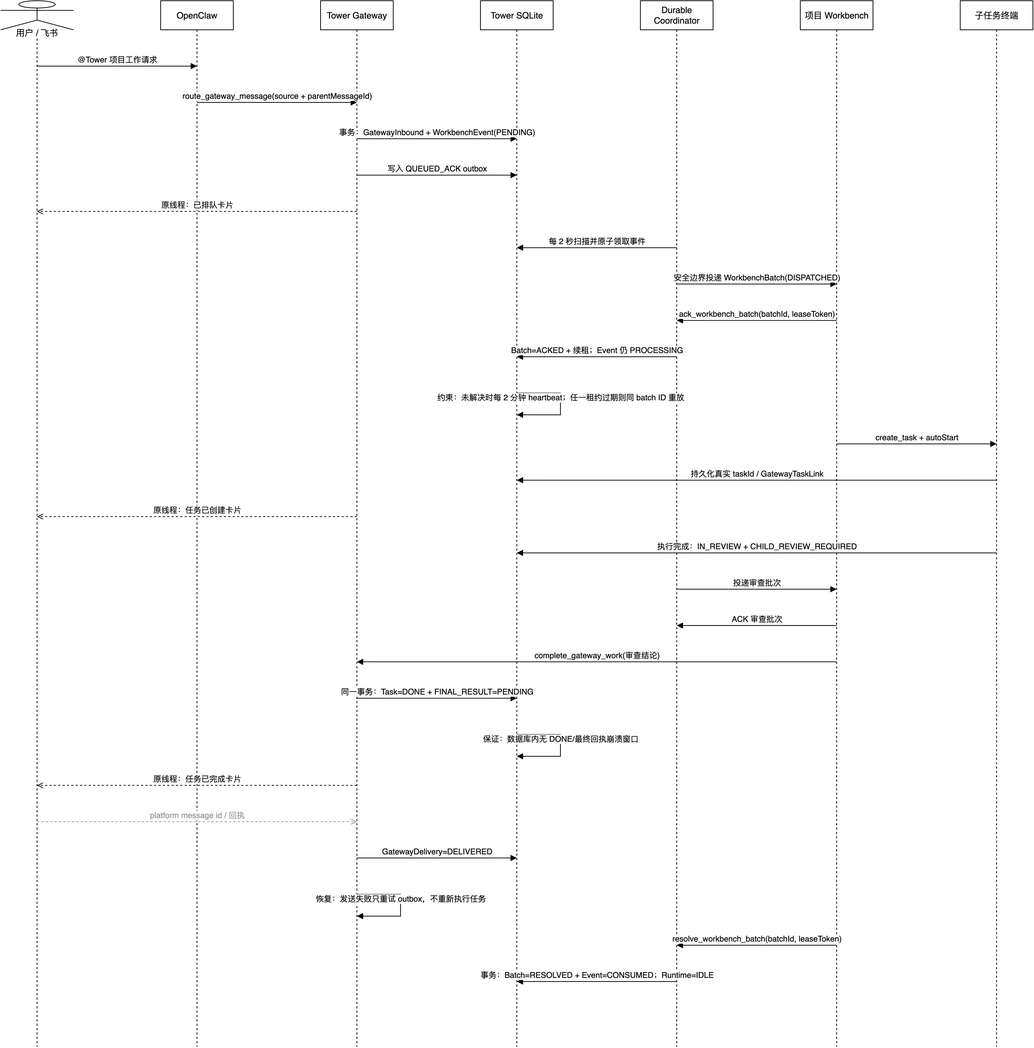
Above: docs/diagrams/workbench-gateway-sequence.drawio.png in jp-liu/tower (draw.io), before the change. Source tidied: cells renumbered, new cells last; positions are measured from the earlier drawing's top-left corner, leaving out a move shared by most shapes.
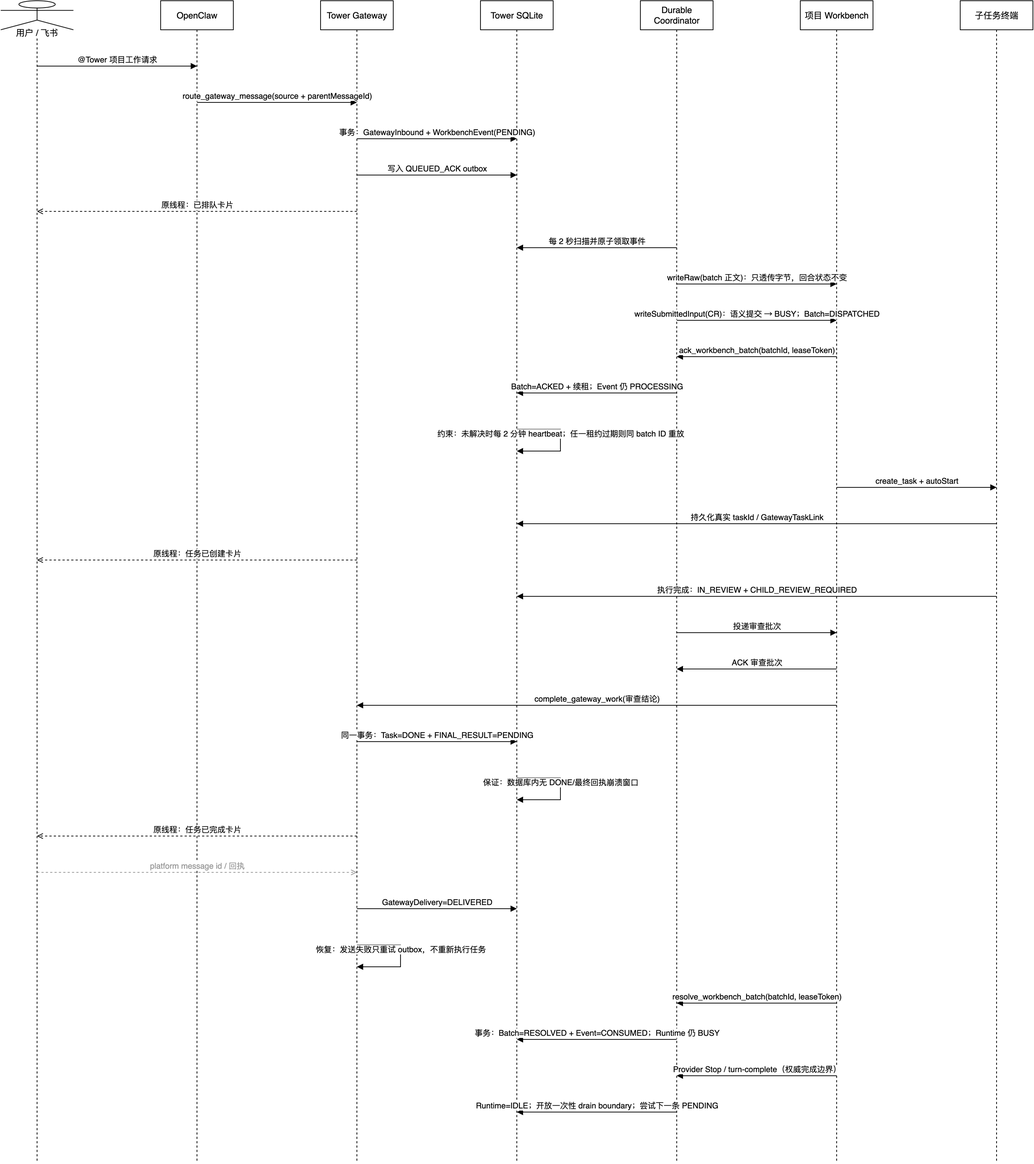
Above is the later version.

Change to the diagram source:
```diff
@@ -3,115 +3,124 @@
     <mxCell id="0" />
     <mxCell id="1" parent="0" />
     <mxCell id="2" value="用户 / 飞书" style="shape=umlLifeline;perimeter=lifelinePerimeter;whiteSpace=wrap;html=1;outlineConnect=0;portConstraint=eastwest;size=40;participant=umlActor;verticalAlign=bottom;spacingBottom=-14;labelBackgroundColor=#ffffff;" parent="1" vertex="1">
-      <mxGeometry width="100" height="1440" as="geometry" />
+      <mxGeometry width="100" height="1600" as="geometry" />
     </mxCell>
     <mxCell id="3" value="OpenClaw" style="shape=umlLifeline;perimeter=lifelinePerimeter;whiteSpace=wrap;html=1;outlineConnect=0;portConstraint=eastwest;size=40;" parent="1" vertex="1">
-      <mxGeometry x="220" width="100" height="1440" as="geometry" />
+      <mxGeometry x="220" width="100" height="1600" as="geometry" />
     </mxCell>
     <mxCell id="4" value="Tower Gateway" style="shape=umlLifeline;perimeter=lifelinePerimeter;whiteSpace=wrap;html=1;outlineConnect=0;portConstraint=eastwest;size=40;" parent="1" vertex="1">
-      <mxGeometry x="440" width="100" height="1440" as="geometry" />
+      <mxGeometry x="440" width="100" height="1600" as="geometry" />
     </mxCell>
     <mxCell id="5" value="Tower SQLite" style="shape=umlLifeline;perimeter=lifelinePerimeter;whiteSpace=wrap;html=1;outlineConnect=0;portConstraint=eastwest;size=40;" parent="1" vertex="1">
-      <mxGeometry x="660" width="100" height="1440" as="geometry" />
+      <mxGeometry x="660" width="100" height="1600" as="geometry" />
     </mxCell>
     <mxCell id="6" value="Durable Coordinator" style="shape=umlLifeline;perimeter=lifelinePerimeter;whiteSpace=wrap;html=1;outlineConnect=0;portConstraint=eastwest;size=40;" parent="1" vertex="1">
-      <mxGeometry x="880" width="100" height="1440" as="geometry" />
+      <mxGeometry x="880" width="100" height="1600" as="geometry" />
     </mxCell>
     <mxCell id="7" value="项目 Workbench" style="shape=umlLifeline;perimeter=lifelinePerimeter;whiteSpace=wrap;html=1;outlineConnect=0;portConstraint=eastwest;size=40;" parent="1" vertex="1">
-      <mxGeometry x="1100" width="100" height="1440" as="geometry" />
+      <mxGeometry x="1100" width="100" height="1600" as="geometry" />
     </mxCell>
     <mxCell id="8" value="子任务终端" style="shape=umlLifeline;perimeter=lifelinePerimeter;whiteSpace=wrap;html=1;outlineConnect=0;portConstraint=eastwest;size=40;" parent="1" vertex="1">
-      <mxGeometry x="1320" width="100" height="1440" as="geometry" />
+      <mxGeometry x="1320" width="100" height="1600" as="geometry" />
     </mxCell>
-    <mxCell id="9" value="@Tower 项目工作请求" style="html=1;verticalAlign=bottom;endArrow=block;curved=0;rounded=0;exitX=0.5;exitY=0.0625;entryX=0.5;entryY=0.0625;" parent="1" edge="1" source="2" target="3">
+    <mxCell id="9" value="@Tower 项目工作请求" style="html=1;verticalAlign=bottom;endArrow=block;curved=0;rounded=0;exitX=0.5;exitY=0.05625;entryX=0.5;entryY=0.05625;" parent="1" edge="1" source="2" target="3">
       <mxGeometry relative="1" as="geometry" />
     </mxCell>
-    <mxCell id="10" value="route_gateway_message(source + parentMessageId)" style="html=1;verticalAlign=bottom;endArrow=block;curved=0;rounded=0;exitX=0.5;exitY=0.0972;entryX=0.5;entryY=0.0972;" parent="1" edge="1" source="3" target="4">
+    <mxCell id="10" value="route_gateway_message(source + parentMessageId)" style="html=1;verticalAlign=bottom;endArrow=block;curved=0;rounded=0;exitX=0.5;exitY=0.0875;entryX=0.5;entryY=0.0875;" parent="1" edge="1" source="3" target="4">
       <mxGeometry relative="1" as="geometry" />
     </mxCell>
-    <mxCell id="11" value="事务：GatewayInbound + WorkbenchEvent(PENDING)" style="html=1;verticalAlign=bottom;endArrow=block;curved=0;rounded=0;exitX=0.5;exitY=0.1319;entryX=0.5;entryY=0.1319;" parent="1" edge="1" source="4" target="5">
+    <mxCell id="11" value="事务：GatewayInbound + WorkbenchEvent(PENDING)" style="html=1;verticalAlign=bottom;endArrow=block;curved=0;rounded=0;exitX=0.5;exitY=0.11875;entryX=0.5;entryY=0.11875;" parent="1" edge="1" source="4" target="5">
       <mxGeometry relative="1" as="geometry" />
     </mxCell>
-    <mxCell id="12" value="写入 QUEUED_ACK outbox" style="html=1;verticalAlign=bottom;endArrow=block;curved=0;rounded=0;exitX=0.5;exitY=0.1667;entryX=0.5;entryY=0.1667;" parent="1" edge="1" source="4" target="5">
+    <mxCell id="12" value="写入 QUEUED_ACK outbox" style="html=1;verticalAlign=bottom;endArrow=block;curved=0;rounded=0;exitX=0.5;exitY=0.15;entryX=0.5;entryY=0.15;" parent="1" edge="1" source="4" target="5">
       <mxGeometry relative="1" as="geometry" />
     </mxCell>
-    <mxCell id="13" value="原线程：已排队卡片" style="html=1;verticalAlign=bottom;endArrow=open;dashed=1;curved=0;rounded=0;exitX=0.5;exitY=0.2014;entryX=0.5;entryY=0.2014;" parent="1" edge="1" source="4" target="2">
+    <mxCell id="13" value="原线程：已排队卡片" style="html=1;verticalAlign=bottom;endArrow=open;dashed=1;curved=0;rounded=0;exitX=0.5;exitY=0.18125;entryX=0.5;entryY=0.18125;" parent="1" edge="1" source="4" target="2">
       <mxGeometry relative="1" as="geometry" />
     </mxCell>
-    <mxCell id="14" value="每 2 秒扫描并原子领取事件" style="html=1;verticalAlign=bottom;endArrow=block;curved=0;rounded=0;exitX=0.5;exitY=0.2361;entryX=0.5;entryY=0.2361;" parent="1" edge="1" source="6" target="5">
+    <mxCell id="14" value="每 2 秒扫描并原子领取事件" style="html=1;verticalAlign=bottom;endArrow=block;curved=0;rounded=0;exitX=0.5;exitY=0.2125;entryX=0.5;entryY=0.2125;" parent="1" edge="1" source="6" target="5">
       <mxGeometry relative="1" as="geometry" />
     </mxCell>
-    <mxCell id="15" value="安全边界投递 WorkbenchBatch(DISPATCHED)" style="html=1;verticalAlign=bottom;endArrow=block;curved=0;rounded=0;exitX=0.5;exitY=0.2708;entryX=0.5;entryY=0.2708;" parent="1" edge="1" source="6" target="7">
+    <mxCell id="15" value="writeRaw(batch 正文)：只透传字节，回合状态不变" style="html=1;verticalAlign=bottom;endArrow=block;curved=0;rounded=0;exitX=0.5;exitY=0.24375;entryX=0.5;entryY=0.24375;" parent="1" edge="1" source="6" target="7">
       <mxGeometry relative="1" as="geometry" />
     </mxCell>
+    <mxCell id="34" value="writeSubmittedInput(CR)：语义提交 → BUSY；Batch=DISPATCHED" style="html=1;verticalAlign=bottom;endArrow=block;curved=0;rounded=0;exitX=0.5;exitY=0.275;entryX=0.5;entryY=0.275;" parent="1" edge="1" source="6" target="7">
+      <mxGeometry relative="1" as="geometry" />
+    </mxCell>
-    <mxCell id="16" value="ack_workbench_batch(batchId, leaseToken)" style="html=1;verticalAlign=bottom;endArrow=block;curved=0;rounded=0;exitX=0.5;exitY=0.3056;entryX=0.5;entryY=0.3056;" parent="1" edge="1" source="7" target="6">
+    <mxCell id="16" value="ack_workbench_batch(batchId, leaseToken)" style="html=1;verticalAlign=bottom;endArrow=block;curved=0;rounded=0;exitX=0.5;exitY=0.30625;entryX=0.5;entryY=0.30625;" parent="1" edge="1" source="7" target="6">
       <mxGeometry relative="1" as="geometry" />
     </mxCell>
-    <mxCell id="17" value="Batch=ACKED + 续租；Event 仍 PROCESSING" style="html=1;verticalAlign=bottom;endArrow=block;curved=0;rounded=0;exitX=0.5;exitY=0.3403;entryX=0.5;entryY=0.3403;" parent="1" edge="1" source="6" target="5">
+    <mxCell id="17" value="Batch=ACKED + 续租；Event 仍 PROCESSING" style="html=1;verticalAlign=bottom;endArrow=block;curved=0;rounded=0;exitX=0.5;exitY=0.3375;entryX=0.5;entryY=0.3375;" parent="1" edge="1" source="6" target="5">
       <mxGeometry relative="1" as="geometry" />
     </mxCell>
-    <mxCell id="18" value="约束：未解决时每 2 分钟 heartbeat；任一租约过期则同 batch ID 重放" style="html=1;verticalAlign=bottom;endArrow=block;curved=0;rounded=0;exitX=0.5;exitY=0.375;entryX=0.5;entryY=0.3958;" parent="1" edge="1" source="5" target="5">
+    <mxCell id="18" value="约束：未解决时每 2 分钟 heartbeat；任一租约过期则同 batch ID 重放" style="html=1;verticalAlign=bottom;endArrow=block;curved=0;rounded=0;exitX=0.5;exitY=0.36875;entryX=0.5;entryY=0.3875;" parent="1" edge="1" source="5" target="5">
       <mxGeometry relative="1" as="geometry">
         <Array as="points">
-          <mxPoint x="770" y="540" />
-          <mxPoint x="770" y="570" />
+          <mxPoint x="770" y="590" />
+          <mxPoint x="770" y="620" />
         </Array>
       </mxGeometry>
     </mxCell>
-    <mxCell id="19" value="create_task + autoStart" style="html=1;verticalAlign=bottom;endArrow=block;curved=0;rounded=0;exitX=0.5;exitY=0.4236;entryX=0.5;entryY=0.4236;" parent="1" edge="1" source="7" target="8">
+    <mxCell id="19" value="create_task + autoStart" style="html=1;verticalAlign=bottom;endArrow=block;curved=0;rounded=0;exitX=0.5;exitY=0.41875;entryX=0.5;entryY=0.41875;" parent="1" edge="1" source="7" target="8">
       <mxGeometry relative="1" as="geometry" />
     </mxCell>
-    <mxCell id="20" value="持久化真实 taskId / GatewayTaskLink" style="html=1;verticalAlign=bottom;endArrow=block;curved=0;rounded=0;exitX=0.5;exitY=0.4583;entryX=0.5;entryY=0.4583;" parent="1" edge="1" source="8" target="5">
+    <mxCell id="20" value="持久化真实 taskId / GatewayTaskLink" style="html=1;verticalAlign=bottom;endArrow=block;curved=0;rounded=0;exitX=0.5;exitY=0.45;entryX=0.5;entryY=0.45;" parent="1" edge="1" source="8" target="5">
       <mxGeometry relative="1" as="geometry" />
     </mxCell>
-    <mxCell id="21" value="原线程：任务已创建卡片" style="html=1;verticalAlign=bottom;endArrow=open;dashed=1;curved=0;rounded=0;exitX=0.5;exitY=0.4931;entryX=0.5;entryY=0.4931;" parent="1" edge="1" source="4" target="2">
+    <mxCell id="21" value="原线程：任务已创建卡片" style="html=1;verticalAlign=bottom;endArrow=open;dashed=1;curved=0;rounded=0;exitX=0.5;exitY=0.48125;entryX=0.5;entryY=0.48125;" parent="1" edge="1" source="4" target="2">
       <mxGeometry relative="1" as="geometry" />
     </mxCell>
-    <mxCell id="22" value="执行完成：IN_REVIEW + CHILD_REVIEW_REQUIRED" style="html=1;verticalAlign=bottom;endArrow=block;curved=0;rounded=0;exitX=0.5;exitY=0.5278;entryX=0.5;entryY=0.5278;" parent="1" edge="1" source="8" target="5">
+    <mxCell id="22" value="执行完成：IN_REVIEW + CHILD_REVIEW_REQUIRED" style="html=1;verticalAlign=bottom;endArrow=block;curved=0;rounded=0;exitX=0.5;exitY=0.5125;entryX=0.5;entryY=0.5125;" parent="1" edge="1" source="8" target="5">
       <mxGeometry relative="1" as="geometry" />
     </mxCell>
-    <mxCell id="23" value="投递审查批次" style="html=1;verticalAlign=bottom;endArrow=block;curved=0;rounded=0;exitX=0.5;exitY=0.5625;entryX=0.5;entryY=0.5625;" parent="1" edge="1" source="6" target="7">
+    <mxCell id="23" value="投递审查批次" style="html=1;verticalAlign=bottom;endArrow=block;curved=0;rounded=0;exitX=0.5;exitY=0.54375;entryX=0.5;entryY=0.54375;" parent="1" edge="1" source="6" target="7">
       <mxGeometry relative="1" as="geometry" />
     </mxCell>
-    <mxCell id="24" value="ACK 审查批次" style="html=1;verticalAlign=bottom;endArrow=block;curved=0;rounded=0;exitX=0.5;exitY=0.5972;entryX=0.5;entryY=0.5972;" parent="1" edge="1" source="7" target="6">
+    <mxCell id="24" value="ACK 审查批次" style="html=1;verticalAlign=bottom;endArrow=block;curved=0;rounded=0;exitX=0.5;exitY=0.575;entryX=0.5;entryY=0.575;" parent="1" edge="1" source="7" target="6">
       <mxGeometry relative="1" as="geometry" />
     </mxCell>
-    <mxCell id="25" value="complete_gateway_work(审查结论)" style="html=1;verticalAlign=bottom;endArrow=block;curved=0;rounded=0;exitX=0.5;exitY=0.6319;entryX=0.5;entryY=0.6319;" parent="1" edge="1" source="7" target="4">
+    <mxCell id="25" value="complete_gateway_work(审查结论)" style="html=1;verticalAlign=bottom;endArrow=block;curved=0;rounded=0;exitX=0.5;exitY=0.60625;entryX=0.5;entryY=0.60625;" parent="1" edge="1" source="7" target="4">
       <mxGeometry relative="1" as="geometry" />
     </mxCell>
-    <mxCell id="26" value="同一事务：Task=DONE + FINAL_RESULT=PENDING" style="html=1;verticalAlign=bottom;endArrow=block;curved=0;rounded=0;exitX=0.5;exitY=0.6667;entryX=0.5;entryY=0.6667;" parent="1" edge="1" source="4" target="5">
+    <mxCell id="26" value="同一事务：Task=DONE + FINAL_RESULT=PENDING" style="html=1;verticalAlign=bottom;endArrow=block;curved=0;rounded=0;exitX=0.5;exitY=0.6375;entryX=0.5;entryY=0.6375;" parent="1" edge="1" source="4" target="5">
       <mxGeometry relative="1" as="geometry" />
     </mxCell>
-    <mxCell id="27" value="保证：数据库内无 DONE/最终回执崩溃窗口" style="html=1;verticalAlign=bottom;endArrow=block;curved=0;rounded=0;exitX=0.5;exitY=0.7014;entryX=0.5;entryY=0.7222;" parent="1" edge="1" source="5" target="5">
+    <mxCell id="27" value="保证：数据库内无 DONE/最终回执崩溃窗口" style="html=1;verticalAlign=bottom;endArrow=block;curved=0;rounded=0;exitX=0.5;exitY=0.66875;entryX=0.5;entryY=0.6875;" parent="1" edge="1" source="5" target="5">
       <mxGeometry relative="1" as="geometry">
         <Array as="points">
-          <mxPoint x="770" y="1010" />
-          <mxPoint x="770" y="1040" />
+          <mxPoint x="770" y="1070" />
+          <mxPoint x="770" y="1100" />
         </Array>
       </mxGeometry>
     </mxCell>
-    <mxCell id="28" value="原线程：任务已完成卡片" style="html=1;verticalAlign=bottom;endArrow=open;dashed=1;curved=0;rounded=0;exitX=0.5;exitY=0.75;entryX=0.5;entryY=0.75;" parent="1" edge="1" source="4" target="2">
+    <mxCell id="28" value="原线程：任务已完成卡片" style="html=1;verticalAlign=bottom;endArrow=open;dashed=1;curved=0;rounded=0;exitX=0.5;exitY=0.71875;entryX=0.5;entryY=0.71875;" parent="1" edge="1" source="4" target="2">
       <mxGeometry relative="1" as="geometry" />
     </mxCell>
-    <mxCell id="29" value="platform message id / 回执" style="html=1;verticalAlign=bottom;endArrow=open;dashed=1;curved=0;rounded=0;strokeColor=#999999;fontColor=#999999;exitX=0.5;exitY=0.7847;entryX=0.5;entryY=0.7847;" parent="1" edge="1" source="2" target="4">
+    <mxCell id="29" value="platform message id / 回执" style="html=1;verticalAlign=bottom;endArrow=open;dashed=1;curved=0;rounded=0;strokeColor=#999999;fontColor=#999999;exitX=0.5;exitY=0.75;entryX=0.5;entryY=0.75;" parent="1" edge="1" source="2" target="4">
       <mxGeometry relative="1" as="geometry" />
     </mxCell>
-    <mxCell id="30" value="GatewayDelivery=DELIVERED" style="html=1;verticalAlign=bottom;endArrow=block;curved=0;rounded=0;exitX=0.5;exitY=0.8194;entryX=0.5;entryY=0.8194;" parent="1" edge="1" source="4" target="5">
+    <mxCell id="30" value="GatewayDelivery=DELIVERED" style="html=1;verticalAlign=bottom;endArrow=block;curved=0;rounded=0;exitX=0.5;exitY=0.78125;entryX=0.5;entryY=0.78125;" parent="1" edge="1" source="4" target="5">
       <mxGeometry relative="1" as="geometry" />
     </mxCell>
-    <mxCell id="31" value="恢复：发送失败只重试 outbox，不重新执行任务" style="html=1;verticalAlign=bottom;endArrow=block;curved=0;rounded=0;exitX=0.5;exitY=0.8542;entryX=0.5;entryY=0.875;" parent="1" edge="1" source="4" target="4">
+    <mxCell id="31" value="恢复：发送失败只重试 outbox，不重新执行任务" style="html=1;verticalAlign=bottom;endArrow=block;curved=0;rounded=0;exitX=0.5;exitY=0.8125;entryX=0.5;entryY=0.83125;" parent="1" edge="1" source="4" target="4">
       <mxGeometry relative="1" as="geometry">
         <Array as="points">
-          <mxPoint x="550" y="1230" />
-          <mxPoint x="550" y="1260" />
+          <mxPoint x="550" y="1300" />
+          <mxPoint x="550" y="1330" />
         </Array>
       </mxGeometry>
     </mxCell>
-    <mxCell id="32" value="resolve_workbench_batch(batchId, leaseToken)" style="html=1;verticalAlign=bottom;endArrow=block;curved=0;rounded=0;exitX=0.5;exitY=0.9028;entryX=0.5;entryY=0.9028;" parent="1" edge="1" source="7" target="6">
+    <mxCell id="32" value="resolve_workbench_batch(batchId, leaseToken)" style="html=1;verticalAlign=bottom;endArrow=block;curved=0;rounded=0;exitX=0.5;exitY=0.8625;entryX=0.5;entryY=0.8625;" parent="1" edge="1" source="7" target="6">
       <mxGeometry relative="1" as="geometry" />
     </mxCell>
-    <mxCell id="33" value="事务：Batch=RESOLVED + Event=CONSUMED；Runtime=IDLE" style="html=1;verticalAlign=bottom;endArrow=block;curved=0;rounded=0;exitX=0.5;exitY=0.9375;entryX=0.5;entryY=0.9375;" parent="1" edge="1" source="6" target="5">
+    <mxCell id="33" value="事务：Batch=RESOLVED + Event=CONSUMED；Runtime 仍 BUSY" style="html=1;verticalAlign=bottom;endArrow=block;curved=0;rounded=0;exitX=0.5;exitY=0.89375;entryX=0.5;entryY=0.89375;" parent="1" edge="1" source="6" target="5">
       <mxGeometry relative="1" as="geometry" />
     </mxCell>
+    <mxCell id="35" value="Provider Stop / turn-complete（权威完成边界）" style="html=1;verticalAlign=bottom;endArrow=block;curved=0;rounded=0;exitX=0.5;exitY=0.925;entryX=0.5;entryY=0.925;" parent="1" edge="1" source="7" target="6">
+      <mxGeometry relative="1" as="geometry" />
+    </mxCell>
+    <mxCell id="36" value="Runtime=IDLE；开放一次性 drain boundary；尝试下一条 PENDING" style="html=1;verticalAlign=bottom;endArrow=block;curved=0;rounded=0;exitX=0.5;exitY=0.95625;entryX=0.5;entryY=0.95625;" parent="1" edge="1" source="6" target="5">
+      <mxGeometry relative="1" as="geometry" />
+    </mxCell>
   </root>
 </mxGraphModel>
```
